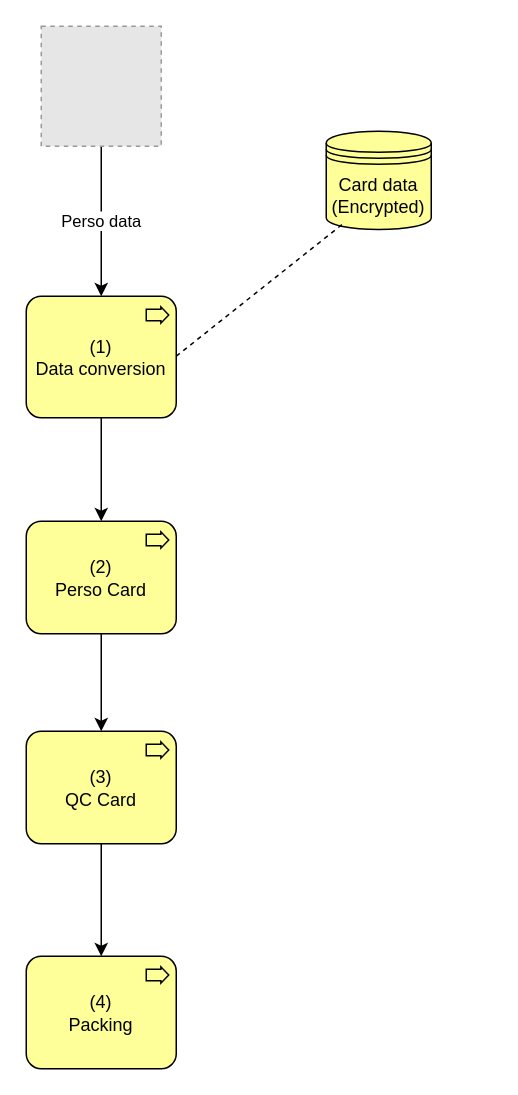
Earlier version of the draw.io diagram page "overview" (1 of 5) of แบบแผนที่ยังไม่ได้ตั้งชื่อ.drawio (delphihero/MyDocument). Source tidied: cells renumbered, new cells numbered last; positions are measured from the earlier drawing's top-left corner, leaving out a move shared by most shapes. Both pictures are drawn from the tidied source at 150%, with x=0, y=0 at pixel (26, 26). Pictures stored in the file or linked from it are replaced by grey dashed boxes.
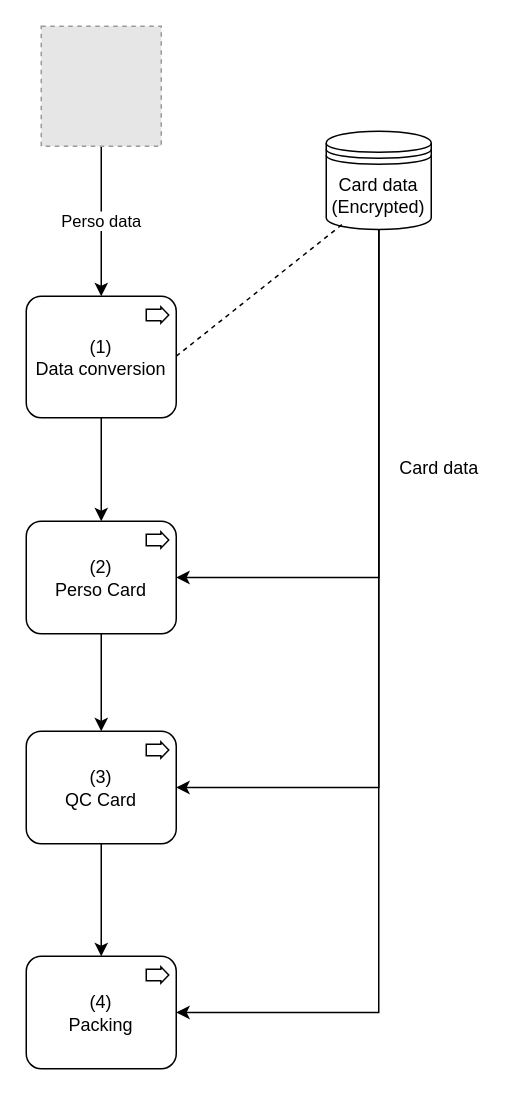
The same page after the edit.

The change refers to these unchanged cells:
```xml
<mxCell id="3" style="fillColor=#E6E6E6;strokeColor=#999999;dashed=1;html=1;verticalAlign=top;verticalLabelPosition=bottom;labelBackgroundColor=#ffffff;" parent="1" vertex="1">
  <mxGeometry x="10" width="80" height="80" as="geometry" />
</mxCell>
```

Change to the diagram source:
```diff
@@
-    <mxCell id="2" value="Perso data" style="edgeStyle=orthogonalEdgeStyle;rounded=0;jettySize=auto;html=1;entryX=0.5;entryY=0;entryDx=0;entryDy=0;entryPerimeter=0;" parent="1" edge="1" source="3" target="5">
+    <mxCell id="2" value="Perso data" style="edgeStyle=orthogonalEdgeStyle;rounded=0;jettySize=auto;html=1;entryX=0.5;entryY=0;entryDx=0;entryDy=0;entryPerimeter=0;fillColor=none;" parent="1" edge="1" source="3" target="5">
       <mxGeometry relative="1" as="geometry" />
     </mxCell>
@@
-    <mxCell id="4" style="edgeStyle=orthogonalEdgeStyle;rounded=0;jettySize=auto;html=1;entryX=0.5;entryY=0;entryDx=0;entryDy=0;entryPerimeter=0;" parent="1" edge="1" source="5" target="7">
+    <mxCell id="4" style="edgeStyle=orthogonalEdgeStyle;rounded=0;jettySize=auto;html=1;entryX=0.5;entryY=0;entryDx=0;entryDy=0;entryPerimeter=0;fillColor=none;" parent="1" edge="1" source="5" target="7">
       <mxGeometry relative="1" as="geometry" />
     </mxCell>
-    <mxCell id="5" value="&lt;div&gt;(1)&lt;/div&gt;&lt;div&gt;Data conversion&lt;/div&gt;" style="html=1;outlineConnect=0;whiteSpace=wrap;fillColor=#ffff99;shape=mxgraph.archimate.business;busType=process;" parent="1" vertex="1">
+    <mxCell id="5" value="&lt;div&gt;(1)&lt;/div&gt;&lt;div&gt;Data conversion&lt;/div&gt;" style="html=1;outlineConnect=0;whiteSpace=wrap;fillColor=none;shape=mxgraph.archimate.business;busType=process;" parent="1" vertex="1">
       <mxGeometry y="180" width="100" height="81" as="geometry" />
     </mxCell>
-    <mxCell id="6" style="edgeStyle=orthogonalEdgeStyle;rounded=0;jettySize=auto;html=1;" parent="1" edge="1" source="7" target="9">
+    <mxCell id="6" style="edgeStyle=orthogonalEdgeStyle;rounded=0;jettySize=auto;html=1;fillColor=none;" parent="1" edge="1" source="7" target="9">
       <mxGeometry relative="1" as="geometry" />
     </mxCell>
-    <mxCell id="7" value="&lt;div&gt;(2)&lt;/div&gt;&lt;div&gt;Perso Card&lt;/div&gt;" style="html=1;outlineConnect=0;whiteSpace=wrap;fillColor=#ffff99;shape=mxgraph.archimate.business;busType=process;" parent="1" vertex="1">
+    <mxCell id="7" value="&lt;div&gt;(2)&lt;/div&gt;&lt;div&gt;Perso Card&lt;/div&gt;" style="html=1;outlineConnect=0;whiteSpace=wrap;fillColor=none;shape=mxgraph.archimate.business;busType=process;" parent="1" vertex="1">
       <mxGeometry y="330" width="100" height="75" as="geometry" />
     </mxCell>
-    <mxCell id="8" style="edgeStyle=orthogonalEdgeStyle;rounded=0;jettySize=auto;html=1;exitX=0.5;exitY=1;exitDx=0;exitDy=0;exitPerimeter=0;entryX=0.5;entryY=0;entryDx=0;entryDy=0;entryPerimeter=0;" parent="1" edge="1" source="9" target="10">
+    <mxCell id="8" style="edgeStyle=orthogonalEdgeStyle;rounded=0;jettySize=auto;html=1;exitX=0.5;exitY=1;exitDx=0;exitDy=0;exitPerimeter=0;entryX=0.5;entryY=0;entryDx=0;entryDy=0;entryPerimeter=0;fillColor=none;" parent="1" edge="1" source="9" target="10">
       <mxGeometry relative="1" as="geometry" />
     </mxCell>
-    <mxCell id="9" value="&lt;div&gt;(3)&lt;/div&gt;&lt;div&gt;QC Card&lt;/div&gt;" style="html=1;outlineConnect=0;whiteSpace=wrap;fillColor=#ffff99;shape=mxgraph.archimate.business;busType=process;" parent="1" vertex="1">
+    <mxCell id="9" value="&lt;div&gt;(3)&lt;/div&gt;&lt;div&gt;QC Card&lt;/div&gt;" style="html=1;outlineConnect=0;whiteSpace=wrap;fillColor=none;shape=mxgraph.archimate.business;busType=process;" parent="1" vertex="1">
       <mxGeometry y="470" width="100" height="75" as="geometry" />
     </mxCell>
-    <mxCell id="10" value="&lt;div&gt;(4)&lt;/div&gt;&lt;div&gt;Packing&lt;/div&gt;" style="html=1;outlineConnect=0;whiteSpace=wrap;fillColor=#ffff99;shape=mxgraph.archimate.business;busType=process;" parent="1" vertex="1">
+    <mxCell id="10" value="&lt;div&gt;(4)&lt;/div&gt;&lt;div&gt;Packing&lt;/div&gt;" style="html=1;outlineConnect=0;whiteSpace=wrap;fillColor=none;shape=mxgraph.archimate.business;busType=process;" parent="1" vertex="1">
       <mxGeometry y="620" width="100" height="75" as="geometry" />
     </mxCell>
+    <mxCell id="13" style="edgeStyle=orthogonalEdgeStyle;rounded=0;jettySize=auto;html=1;entryX=1;entryY=0.5;entryDx=0;entryDy=0;entryPerimeter=0;exitX=0.5;exitY=1;exitDx=0;exitDy=0;fillColor=none;" parent="1" edge="1" source="11" target="7">
+      <mxGeometry relative="1" as="geometry" />
+    </mxCell>
+    <mxCell id="14" style="edgeStyle=orthogonalEdgeStyle;rounded=0;jettySize=auto;html=1;entryX=1;entryY=0.5;entryDx=0;entryDy=0;entryPerimeter=0;fillColor=none;" parent="1" edge="1" source="11" target="9">
+      <mxGeometry relative="1" as="geometry">
+        <Array as="points">
+          <mxPoint x="235" y="508" />
+        </Array>
+      </mxGeometry>
+    </mxCell>
+    <mxCell id="15" style="edgeStyle=orthogonalEdgeStyle;rounded=0;jettySize=auto;html=1;entryX=1;entryY=0.5;entryDx=0;entryDy=0;entryPerimeter=0;fillColor=none;" parent="1" edge="1" source="11" target="10">
+      <mxGeometry relative="1" as="geometry">
+        <Array as="points">
+          <mxPoint x="235" y="658" />
+        </Array>
+      </mxGeometry>
+    </mxCell>
-    <mxCell id="11" value="&lt;div&gt;Card data&lt;/div&gt;&lt;div&gt;(Encrypted)&lt;br&gt;&lt;/div&gt;" style="shape=datastore;whiteSpace=wrap;html=1;fillColor=#FFFF99;" parent="1" vertex="1">
+    <mxCell id="11" value="&lt;div&gt;Card data&lt;/div&gt;&lt;div&gt;(Encrypted)&lt;br&gt;&lt;/div&gt;" style="shape=datastore;whiteSpace=wrap;html=1;fillColor=none;" parent="1" vertex="1">
       <mxGeometry x="200" y="70" width="70" height="65.5" as="geometry" />
     </mxCell>
-    <mxCell id="12" style="endArrow=none;dashed=1;html=1;rounded=0;entryX=0.15;entryY=0.95;entryDx=0;entryDy=0;entryPerimeter=0;" parent="1" edge="1" target="11">
+    <mxCell id="12" style="endArrow=none;dashed=1;html=1;rounded=0;entryX=0.15;entryY=0.95;entryDx=0;entryDy=0;entryPerimeter=0;fillColor=none;" parent="1" edge="1" target="11">
       <mxGeometry relative="1" as="geometry">
         <mxPoint x="100" y="220" as="sourcePoint" />
       </mxGeometry>
     </mxCell>
+    <mxCell id="16" value="Card data" style="text;html=1;align=center;verticalAlign=middle;fillColor=none;strokeColor=none;rounded=0;" parent="1" vertex="1">
+      <mxGeometry x="240" y="280" width="70" height="30" as="geometry" />
+    </mxCell>
```
